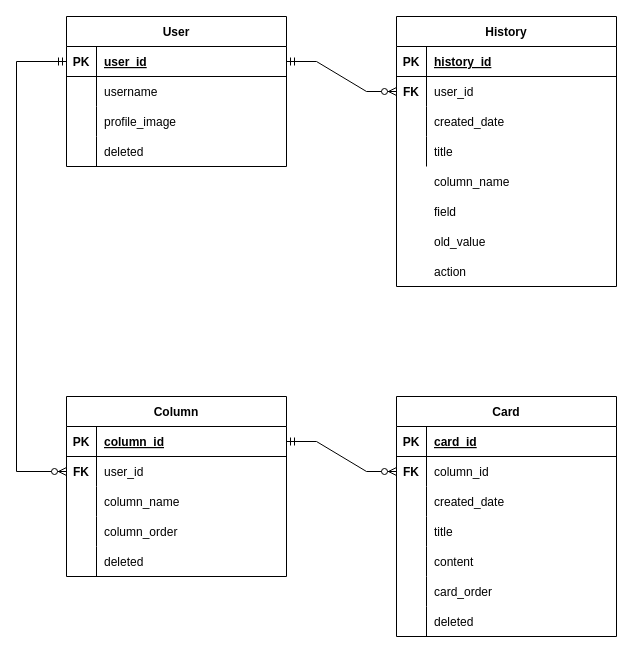
Above: page "Schema" (2 of 3) of backend/diagram.drawio in codesquad-members-2022/todo-list (draw.io), before the change. Source tidied: cells renumbered, new cells numbered last; positions are measured from the earlier drawing's top-left corner, leaving out a move shared by most shapes. Both pictures are drawn from the tidied source at 100%, with x=0, y=0 at pixel (16, 16).
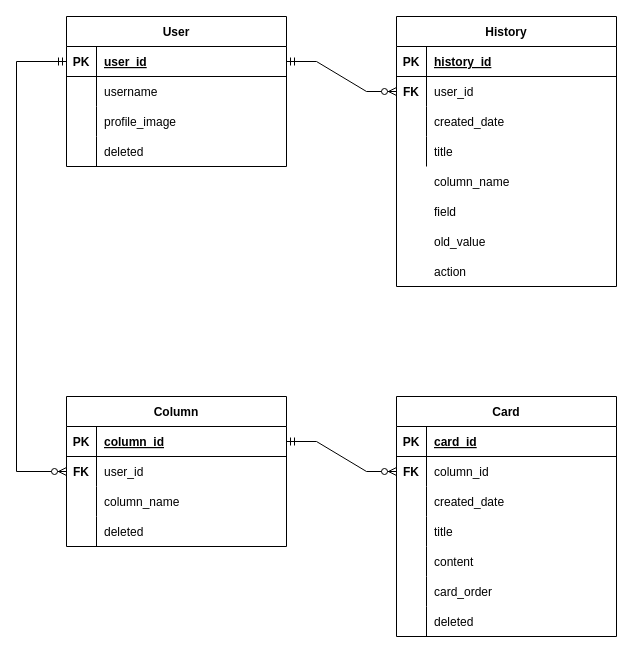
After the change.

The edit, as a diff of the source:
```diff
@@
     <mxCell id="30" value="Column" style="shape=table;startSize=30;childLayout=tableLayout;rowLines=0;fontStyle=1;align=center;" parent="1" vertex="1">
-      <mxGeometry x="50" y="380" width="220" height="180" as="geometry" />
+      <mxGeometry x="50" y="380" width="220" height="150" as="geometry" />
     </mxCell>
@@
-    <mxCell id="40" style="shape=tableRow;horizontal=0;startSize=0;swimlaneHead=0;swimlaneBody=0;fillColor=none;top=0;left=0;right=0;bottom=0;" parent="30" vertex="1">
-      <mxGeometry y="120" width="220" height="30" as="geometry" />
-    </mxCell>
-    <mxCell id="41" style="shape=partialRectangle;fillColor=none;top=0;left=0;bottom=0;right=0;overflow=hidden;" parent="40" vertex="1">
-      <mxGeometry width="30" height="30" as="geometry" />
-    </mxCell>
-    <mxCell id="42" value="column_order" style="shape=partialRectangle;fillColor=none;top=0;left=0;bottom=0;right=0;align=left;spacingLeft=6;overflow=hidden;" parent="40" vertex="1">
-      <mxGeometry x="30" width="190" height="30" as="geometry" />
-    </mxCell>
     <mxCell id="43" style="shape=tableRow;horizontal=0;startSize=0;swimlaneHead=0;swimlaneBody=0;fillColor=none;top=0;left=0;right=0;bottom=0;" parent="30" vertex="1">
-      <mxGeometry y="150" width="220" height="30" as="geometry" />
+      <mxGeometry y="120" width="220" height="30" as="geometry" />
     </mxCell>
```
